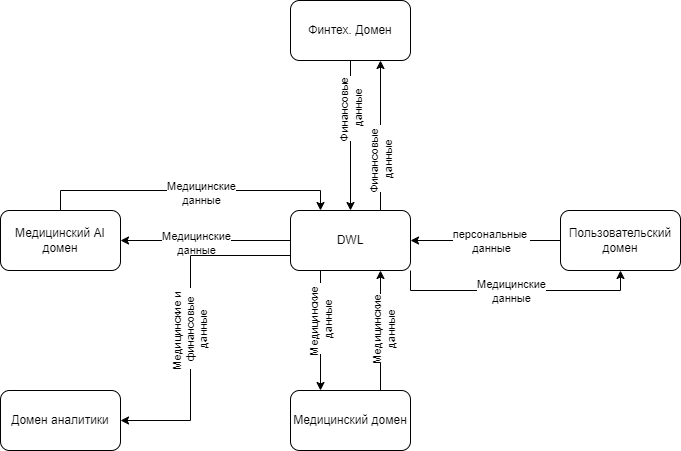
qoalich/architecture-future_2_0 keeps this draw.io diagram as Task2/data-flow.png. Above is the earlier version. Source tidied: cells renumbered, new cells last; positions are measured from the earlier drawing's top-left corner, leaving out a move shared by most shapes.
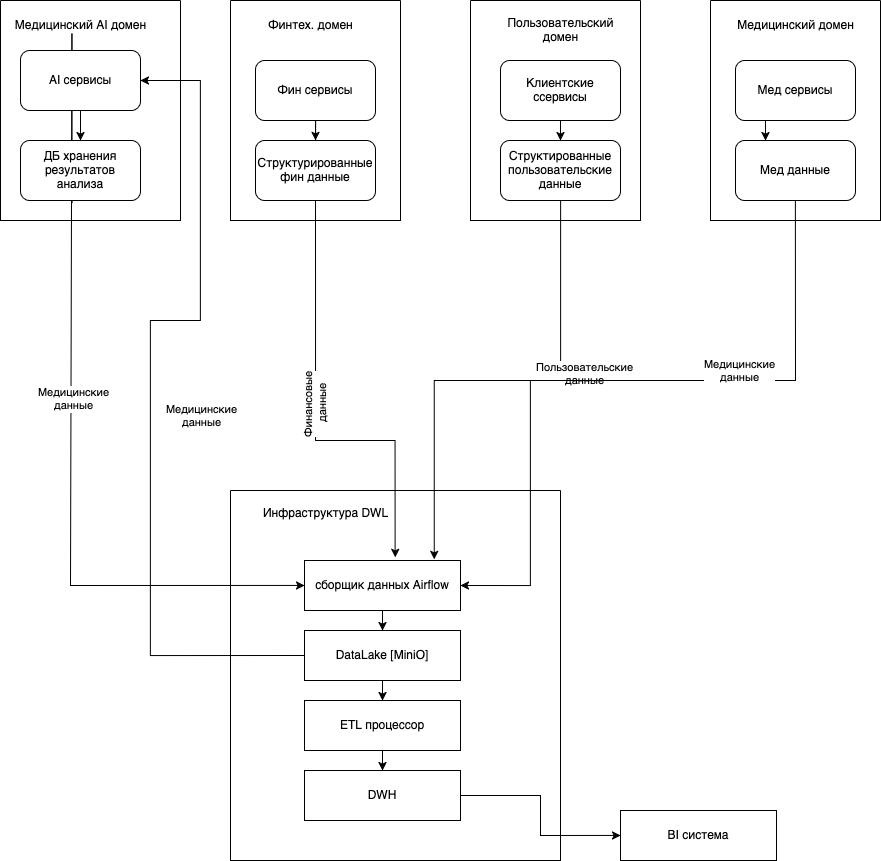
The same diagram one commit later.

Diff of the diagram source:
```diff
@@ -2,103 +2,162 @@
   <root>
     <mxCell id="0" />
     <mxCell id="1" parent="0" />
-    <mxCell id="2" style="edgeStyle=orthogonalEdgeStyle;rounded=0;jettySize=auto;html=1;" parent="1" edge="1" source="4" target="25">
-      <mxGeometry relative="1" as="geometry" />
+    <mxCell id="2" style="edgeStyle=orthogonalEdgeStyle;rounded=0;jettySize=auto;html=1;exitX=0.5;exitY=1;exitDx=0;exitDy=0;entryX=0.581;entryY=-0.064;entryDx=0;entryDy=0;entryPerimeter=0;" parent="1" edge="1" source="4" target="45">
+      <mxGeometry relative="1" as="geometry">
+        <Array as="points">
+          <mxPoint x="375" y="510" />
+          <mxPoint x="455" y="510" />
+        </Array>
+      </mxGeometry>
     </mxCell>
     <mxCell id="3" value="Финансовые&lt;div&gt;&amp;nbsp;данные&lt;/div&gt;" style="edgeLabel;html=1;align=center;verticalAlign=middle;rotation=-90;" parent="2" vertex="1">
       <mxGeometry x="0.08" relative="1" as="geometry">
         <mxPoint y="-31" as="offset" />
       </mxGeometry>
     </mxCell>
-    <mxCell id="4" value="Финтех. Домен" style="rounded=1;whiteSpace=wrap;html=1;" parent="1" vertex="1">
-      <mxGeometry x="290" width="120" height="60" as="geometry" />
-    </mxCell>
-    <mxCell id="5" style="edgeStyle=orthogonalEdgeStyle;rounded=0;jettySize=auto;html=1;entryX=0.25;entryY=0;entryDx=0;entryDy=0;" parent="1" edge="1" source="7" target="25">
+    <mxCell id="5" style="edgeStyle=orthogonalEdgeStyle;rounded=0;jettySize=auto;html=1;exitX=0;exitY=0.5;exitDx=0;exitDy=0;entryX=1;entryY=0.5;entryDx=0;entryDy=0;" parent="1" edge="1" source="47" target="7">
       <mxGeometry relative="1" as="geometry">
         <Array as="points">
-          <mxPoint x="60" y="190" />
-          <mxPoint x="320" y="190" />
+          <mxPoint x="210" y="725" />
+          <mxPoint x="210" y="390" />
+          <mxPoint x="260" y="390" />
+          <mxPoint x="260" y="150" />
         </Array>
       </mxGeometry>
     </mxCell>
     <mxCell id="6" value="Медицинские&lt;div&gt;данные&lt;/div&gt;" style="edgeLabel;html=1;align=center;verticalAlign=middle;" parent="5" vertex="1">
       <mxGeometry x="-0.37" y="-2" relative="1" as="geometry">
-        <mxPoint x="65" as="offset" />
+        <mxPoint x="48" y="-129" as="offset" />
       </mxGeometry>
     </mxCell>
-    <mxCell id="7" value="Медицинский AI домен" style="rounded=1;whiteSpace=wrap;html=1;" parent="1" vertex="1">
-      <mxGeometry y="210" width="120" height="60" as="geometry" />
-    </mxCell>
-    <mxCell id="8" style="edgeStyle=orthogonalEdgeStyle;rounded=0;jettySize=auto;html=1;exitX=0.75;exitY=0;exitDx=0;exitDy=0;entryX=0.75;entryY=1;entryDx=0;entryDy=0;" parent="1" edge="1" source="10" target="25">
-      <mxGeometry relative="1" as="geometry" />
-    </mxCell>
-    <mxCell id="9" value="Медицинские&lt;div&gt;данные&lt;/div&gt;" style="edgeLabel;html=1;align=center;verticalAlign=middle;rotation=-90;" parent="8" vertex="1">
-      <mxGeometry x="-0.55" y="-3" relative="1" as="geometry">
-        <mxPoint y="-33" as="offset" />
-      </mxGeometry>
-    </mxCell>
-    <mxCell id="10" value="Медицинский домен" style="rounded=1;whiteSpace=wrap;html=1;" parent="1" vertex="1">
-      <mxGeometry x="290" y="390" width="120" height="60" as="geometry" />
-    </mxCell>
-    <mxCell id="11" style="edgeStyle=orthogonalEdgeStyle;rounded=0;jettySize=auto;html=1;" parent="1" edge="1" source="13" target="25">
-      <mxGeometry relative="1" as="geometry" />
-    </mxCell>
-    <mxCell id="12" value="персональные&amp;nbsp;&lt;div&gt;данные&lt;/div&gt;" style="edgeLabel;html=1;align=center;verticalAlign=middle;" parent="11" vertex="1">
-      <mxGeometry x="0.2" relative="1" as="geometry">
-        <mxPoint x="20" as="offset" />
-      </mxGeometry>
-    </mxCell>
-    <mxCell id="13" value="Пользовательский домен" style="rounded=1;whiteSpace=wrap;html=1;" parent="1" vertex="1">
-      <mxGeometry x="560" y="210" width="120" height="60" as="geometry" />
-    </mxCell>
-    <mxCell id="14" value="Домен аналитики" style="rounded=1;whiteSpace=wrap;html=1;" parent="1" vertex="1">
-      <mxGeometry y="390" width="120" height="60" as="geometry" />
-    </mxCell>
-    <mxCell id="15" style="edgeStyle=orthogonalEdgeStyle;rounded=0;jettySize=auto;html=1;" parent="1" edge="1" source="25" target="7">
-      <mxGeometry relative="1" as="geometry" />
+    <mxCell id="15" style="edgeStyle=orthogonalEdgeStyle;rounded=0;jettySize=auto;html=1;entryX=0;entryY=0.5;entryDx=0;entryDy=0;exitX=0.429;exitY=1.043;exitDx=0;exitDy=0;exitPerimeter=0;" parent="1" edge="1" source="29" target="45">
+      <mxGeometry relative="1" as="geometry">
+        <Array as="points">
+          <mxPoint x="130" y="103" />
+          <mxPoint x="130" y="655" />
+        </Array>
+      </mxGeometry>
     </mxCell>
     <mxCell id="16" value="&lt;span style=&quot;color: light-dark(rgb(0, 0, 0), rgb(255, 255, 255)); background-color: light-dark(#ffffff, var(--ge-dark-color, #121212));&quot;&gt;Медицинские&lt;/span&gt;&lt;div&gt;&lt;span style=&quot;background-color: light-dark(#ffffff, var(--ge-dark-color, #121212)); color: light-dark(rgb(0, 0, 0), rgb(255, 255, 255));&quot;&gt;данные&lt;/span&gt;&lt;/div&gt;" style="edgeLabel;html=1;align=center;verticalAlign=middle;" parent="15" vertex="1">
       <mxGeometry x="0.12" y="2" relative="1" as="geometry" />
     </mxCell>
-    <mxCell id="17" style="edgeStyle=orthogonalEdgeStyle;rounded=0;jettySize=auto;html=1;exitX=0.25;exitY=1;exitDx=0;exitDy=0;entryX=0.25;entryY=0;entryDx=0;entryDy=0;" parent="1" edge="1" source="25" target="10">
-      <mxGeometry relative="1" as="geometry" />
-    </mxCell>
-    <mxCell id="18" value="Медицинские&amp;nbsp;&lt;div&gt;данные&lt;/div&gt;" style="edgeLabel;html=1;align=center;verticalAlign=middle;rotation=-90;" parent="17" vertex="1">
-      <mxGeometry x="0.37" relative="1" as="geometry">
-        <mxPoint y="-32" as="offset" />
-      </mxGeometry>
-    </mxCell>
-    <mxCell id="19" style="edgeStyle=orthogonalEdgeStyle;rounded=0;jettySize=auto;html=1;exitX=0.75;exitY=0;exitDx=0;exitDy=0;entryX=0.75;entryY=1;entryDx=0;entryDy=0;" parent="1" edge="1" source="25" target="4">
-      <mxGeometry relative="1" as="geometry" />
-    </mxCell>
-    <mxCell id="20" value="Финансовые&amp;nbsp;&lt;div&gt;данные&lt;/div&gt;" style="edgeLabel;html=1;align=center;verticalAlign=middle;rotation=-90;" parent="19" vertex="1">
-      <mxGeometry x="-0.51" y="2" relative="1" as="geometry">
-        <mxPoint x="2" y="-13" as="offset" />
-      </mxGeometry>
-    </mxCell>
-    <mxCell id="21" style="edgeStyle=orthogonalEdgeStyle;rounded=0;jettySize=auto;html=1;exitX=1;exitY=1;exitDx=0;exitDy=0;entryX=0.5;entryY=1;entryDx=0;entryDy=0;" parent="1" edge="1" source="25" target="13">
+    <mxCell id="21" style="edgeStyle=orthogonalEdgeStyle;rounded=0;jettySize=auto;html=1;exitX=0.5;exitY=1;exitDx=0;exitDy=0;entryX=0.831;entryY=-0.022;entryDx=0;entryDy=0;entryPerimeter=0;" parent="1" edge="1" source="13" target="45">
       <mxGeometry relative="1" as="geometry" />
     </mxCell>
-    <mxCell id="22" value="Медицинские&lt;div&gt;данные&lt;/div&gt;" style="edgeLabel;html=1;align=center;verticalAlign=middle;" parent="21" vertex="1">
+    <mxCell id="22" value="Пользовательские&lt;div&gt;данные&lt;/div&gt;" style="edgeLabel;html=1;align=center;verticalAlign=middle;" parent="21" vertex="1">
       <mxGeometry x="-0.26" y="-5" relative="1" as="geometry">
         <mxPoint x="28" y="-5" as="offset" />
       </mxGeometry>
     </mxCell>
-    <mxCell id="23" style="edgeStyle=orthogonalEdgeStyle;rounded=0;jettySize=auto;html=1;exitX=0;exitY=0.75;exitDx=0;exitDy=0;" parent="1" edge="1" source="25" target="14">
-      <mxGeometry relative="1" as="geometry">
-        <Array as="points">
-          <mxPoint x="190" y="255" />
-          <mxPoint x="190" y="420" />
-        </Array>
-      </mxGeometry>
-    </mxCell>
-    <mxCell id="24" value="Медицинские и&amp;nbsp;&lt;div&gt;финансовые&lt;/div&gt;&lt;div&gt;данные&lt;/div&gt;" style="edgeLabel;html=1;align=center;verticalAlign=middle;rotation=-90;" parent="23" vertex="1">
-      <mxGeometry x="0.41" y="-1" relative="1" as="geometry">
-        <mxPoint y="-61" as="offset" />
-      </mxGeometry>
-    </mxCell>
-    <mxCell id="25" value="DWL" style="rounded=1;whiteSpace=wrap;html=1;" parent="1" vertex="1">
-      <mxGeometry x="290" y="210" width="120" height="60" as="geometry" />
-    </mxCell>
+    <mxCell id="26" style="swimlane;startSize=0;" parent="1" vertex="1">
+      <mxGeometry x="60" y="70" width="180" height="220" as="geometry" />
+    </mxCell>
+    <mxCell id="27" style="edgeStyle=orthogonalEdgeStyle;rounded=0;jettySize=auto;html=1;entryX=0.5;entryY=0;entryDx=0;entryDy=0;" parent="26" edge="1" source="7" target="29">
+      <mxGeometry relative="1" as="geometry" />
+    </mxCell>
+    <mxCell id="7" value="AI сервисы" style="rounded=1;whiteSpace=wrap;html=1;" parent="26" vertex="1">
+      <mxGeometry x="20" y="50" width="120" height="60" as="geometry" />
+    </mxCell>
+    <mxCell id="28" value="Медицинский AI домен" style="text;html=1;align=center;verticalAlign=middle;strokeColor=none;fillColor=none;" parent="26" vertex="1">
+      <mxGeometry x="5" y="10" width="150" height="30" as="geometry" />
+    </mxCell>
+    <mxCell id="29" value="ДБ хранения результатов анализа" style="rounded=1;whiteSpace=wrap;html=1;" parent="26" vertex="1">
+      <mxGeometry x="20" y="140" width="120" height="60" as="geometry" />
+    </mxCell>
+    <mxCell id="30" style="swimlane;startSize=0;" parent="1" vertex="1">
+      <mxGeometry x="290" y="70" width="170" height="220" as="geometry" />
+    </mxCell>
+    <mxCell id="4" value="Структурированные фин данные" style="rounded=1;whiteSpace=wrap;html=1;" parent="30" vertex="1">
+      <mxGeometry x="25" y="140" width="120" height="60" as="geometry" />
+    </mxCell>
+    <mxCell id="31" style="edgeStyle=orthogonalEdgeStyle;rounded=0;orthogonalLoop=1;jettySize=auto;html=1;exitX=0.5;exitY=1;exitDx=0;exitDy=0;" parent="30" edge="1" source="4" target="4">
+      <mxGeometry relative="1" as="geometry" />
+    </mxCell>
+    <mxCell id="32" style="edgeStyle=orthogonalEdgeStyle;rounded=0;jettySize=auto;html=1;entryX=0.5;entryY=0;entryDx=0;entryDy=0;" parent="30" edge="1" source="33" target="4">
+      <mxGeometry relative="1" as="geometry" />
+    </mxCell>
+    <mxCell id="33" value="Фин сервисы" style="rounded=1;whiteSpace=wrap;html=1;" parent="30" vertex="1">
+      <mxGeometry x="25" y="60" width="120" height="60" as="geometry" />
+    </mxCell>
+    <mxCell id="34" value="Финтех. домен" style="text;html=1;align=center;verticalAlign=middle;strokeColor=none;fillColor=none;" parent="30" vertex="1">
+      <mxGeometry x="25" y="10" width="110" height="30" as="geometry" />
+    </mxCell>
+    <mxCell id="35" style="swimlane;startSize=0;" parent="1" vertex="1">
+      <mxGeometry x="530" y="70" width="170" height="220" as="geometry" />
+    </mxCell>
+    <mxCell id="36" value="&lt;div&gt;Пользовательский&lt;/div&gt;&lt;div&gt;домен&lt;/div&gt;" style="text;html=1;align=center;verticalAlign=middle;strokeColor=none;fillColor=none;" parent="35" vertex="1">
+      <mxGeometry x="25" y="10" width="130" height="40" as="geometry" />
+    </mxCell>
+    <mxCell id="37" value="Клиентские ссервисы" style="rounded=1;whiteSpace=wrap;html=1;" parent="35" vertex="1">
+      <mxGeometry x="30" y="60" width="120" height="60" as="geometry" />
+    </mxCell>
+    <mxCell id="13" value="Структированные пользовательские данные" style="rounded=1;whiteSpace=wrap;html=1;" parent="1" vertex="1">
+      <mxGeometry x="560" y="210" width="120" height="60" as="geometry" />
+    </mxCell>
+    <mxCell id="38" style="edgeStyle=orthogonalEdgeStyle;rounded=0;jettySize=auto;html=1;entryX=0.5;entryY=0;entryDx=0;entryDy=0;" parent="1" edge="1" source="37" target="13">
+      <mxGeometry relative="1" as="geometry" />
+    </mxCell>
+    <mxCell id="39" style="swimlane;startSize=0;" parent="1" vertex="1">
+      <mxGeometry x="770" y="70" width="170" height="220" as="geometry" />
+    </mxCell>
+    <mxCell id="10" value="Мед данные" style="rounded=1;whiteSpace=wrap;html=1;" parent="39" vertex="1">
+      <mxGeometry x="25" y="140" width="120" height="60" as="geometry" />
+    </mxCell>
+    <mxCell id="40" value="Медицинский домен" style="text;html=1;align=center;verticalAlign=middle;strokeColor=none;fillColor=none;" parent="39" vertex="1">
+      <mxGeometry x="15" y="10" width="140" height="30" as="geometry" />
+    </mxCell>
+    <mxCell id="41" value="Мед сервисы" style="rounded=1;whiteSpace=wrap;html=1;" parent="39" vertex="1">
+      <mxGeometry x="25" y="60" width="120" height="60" as="geometry" />
+    </mxCell>
+    <mxCell id="17" style="edgeStyle=orthogonalEdgeStyle;rounded=0;jettySize=auto;html=1;exitX=0.25;exitY=1;exitDx=0;exitDy=0;entryX=0.25;entryY=0;entryDx=0;entryDy=0;" parent="39" edge="1" source="41" target="10">
+      <mxGeometry relative="1" as="geometry" />
+    </mxCell>
+    <mxCell id="42" style="swimlane;startSize=0;" parent="1" vertex="1">
+      <mxGeometry x="290" y="560" width="330" height="370" as="geometry" />
+    </mxCell>
+    <mxCell id="43" value="Инфраструктура DWL" style="text;html=1;align=center;verticalAlign=middle;strokeColor=none;fillColor=none;" parent="42" vertex="1">
+      <mxGeometry x="20" y="8" width="150" height="30" as="geometry" />
+    </mxCell>
+    <mxCell id="44" style="edgeStyle=orthogonalEdgeStyle;rounded=0;jettySize=auto;html=1;entryX=0.5;entryY=0;entryDx=0;entryDy=0;" parent="42" edge="1" source="45" target="47">
+      <mxGeometry relative="1" as="geometry" />
+    </mxCell>
+    <mxCell id="45" value="сборщик данных Airflow" style="rounded=0;whiteSpace=wrap;html=1;" parent="42" vertex="1">
+      <mxGeometry x="74" y="70" width="156" height="50" as="geometry" />
+    </mxCell>
+    <mxCell id="46" style="edgeStyle=orthogonalEdgeStyle;rounded=0;jettySize=auto;html=1;entryX=0.5;entryY=0;entryDx=0;entryDy=0;" parent="42" edge="1" source="47" target="49">
+      <mxGeometry relative="1" as="geometry" />
+    </mxCell>
+    <mxCell id="47" value="DataLake [MiniO]" style="rounded=0;whiteSpace=wrap;html=1;" parent="42" vertex="1">
+      <mxGeometry x="74" y="140" width="156" height="50" as="geometry" />
+    </mxCell>
+    <mxCell id="48" style="edgeStyle=orthogonalEdgeStyle;rounded=0;jettySize=auto;html=1;entryX=0.5;entryY=0;entryDx=0;entryDy=0;" parent="42" edge="1" source="49" target="50">
+      <mxGeometry relative="1" as="geometry" />
+    </mxCell>
+    <mxCell id="49" value="ETL процессор" style="rounded=0;whiteSpace=wrap;html=1;" parent="42" vertex="1">
+      <mxGeometry x="74" y="210" width="156" height="50" as="geometry" />
+    </mxCell>
+    <mxCell id="50" value="DWH" style="rounded=0;whiteSpace=wrap;html=1;" parent="42" vertex="1">
+      <mxGeometry x="74" y="280" width="156" height="50" as="geometry" />
+    </mxCell>
+    <mxCell id="51" value="BI система" style="rounded=0;whiteSpace=wrap;html=1;" parent="1" vertex="1">
+      <mxGeometry x="680" y="880" width="156" height="50" as="geometry" />
+    </mxCell>
+    <mxCell id="52" style="edgeStyle=orthogonalEdgeStyle;rounded=0;jettySize=auto;html=1;entryX=0;entryY=0.5;entryDx=0;entryDy=0;" parent="1" edge="1" source="50" target="51">
+      <mxGeometry relative="1" as="geometry" />
+    </mxCell>
+    <mxCell id="53" style="edgeStyle=orthogonalEdgeStyle;rounded=0;jettySize=auto;html=1;exitX=0.5;exitY=1;exitDx=0;exitDy=0;entryX=1;entryY=0.5;entryDx=0;entryDy=0;" parent="1" edge="1" source="10" target="45">
+      <mxGeometry relative="1" as="geometry">
+        <Array as="points">
+          <mxPoint x="855" y="450" />
+          <mxPoint x="590" y="450" />
+          <mxPoint x="590" y="655" />
+        </Array>
+      </mxGeometry>
+    </mxCell>
+    <mxCell id="54" value="Медицинские&lt;div&gt;данные&lt;/div&gt;" style="edgeLabel;html=1;align=center;verticalAlign=middle;" parent="53" vertex="1">
+      <mxGeometry x="-0.26" y="-5" relative="1" as="geometry">
+        <mxPoint x="28" y="-5" as="offset" />
+      </mxGeometry>
+    </mxCell>
   </root>
 </mxGraphModel>
```
